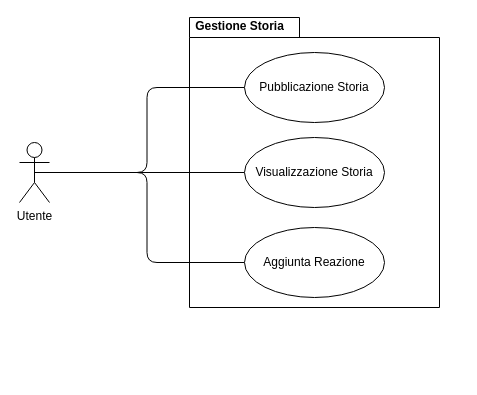
Above: page "Gestione Storia" (1 of 4) of DiagrammiUseCaseModel.drawio in EmmanuelEngineer/E.M.A.A. (draw.io), before the change. Source tidied: cells renumbered, new cells numbered last; positions are measured from the earlier drawing's top-left corner, leaving out a move shared by most shapes. Both pictures are drawn from the tidied source at 100%, with x=0, y=0 at pixel (19, 17).
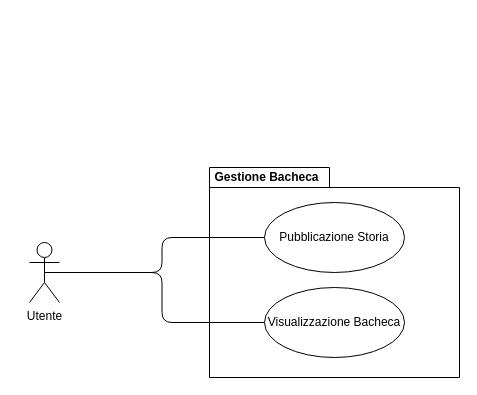
The same page after the edit.

Change to the diagram source:
```diff
@@
 <mxGraphModel>
   <root>
     <mxCell id="0" />
     <mxCell id="1" parent="0" />
-    <mxCell id="2" value="Gestione Storia" style="shape=folder;fontStyle=1;spacingTop=36;tabWidth=110;tabHeight=20;tabPosition=left;html=1;movableLabel=1;spacing=0;" parent="1" vertex="1">
-      <mxGeometry x="170" width="250" height="290" as="geometry">
-        <mxPoint x="-75" y="-154" as="offset" />
-      </mxGeometry>
-    </mxCell>
-    <mxCell id="3" style="edgeStyle=orthogonalEdgeStyle;rounded=1;jettySize=auto;html=1;exitX=0.5;exitY=0.5;exitDx=0;exitDy=0;exitPerimeter=0;entryX=0;entryY=0.5;entryDx=0;entryDy=0;endArrow=none;endFill=0;" parent="1" edge="1" source="6" target="8">
-      <mxGeometry relative="1" as="geometry" />
-    </mxCell>
-    <mxCell id="4" style="edgeStyle=orthogonalEdgeStyle;rounded=1;jettySize=auto;html=1;exitX=0.5;exitY=0.5;exitDx=0;exitDy=0;exitPerimeter=0;entryX=0;entryY=0.5;entryDx=0;entryDy=0;endArrow=none;endFill=0;" parent="1" edge="1" source="6" target="7">
-      <mxGeometry relative="1" as="geometry" />
-    </mxCell>
-    <mxCell id="5" style="edgeStyle=orthogonalEdgeStyle;rounded=1;jettySize=auto;html=1;exitX=0.5;exitY=0.5;exitDx=0;exitDy=0;exitPerimeter=0;entryX=0;entryY=0.5;entryDx=0;entryDy=0;endArrow=none;endFill=0;" parent="1" edge="1" source="6" target="9">
-      <mxGeometry relative="1" as="geometry" />
-    </mxCell>
+    <mxCell id="10" value="Gestione Bacheca" style="shape=folder;fontStyle=1;spacingTop=0;tabWidth=120;tabHeight=20;tabPosition=left;html=1;movableLabel=1;spacing=0;" parent="1" vertex="1">
+      <mxGeometry x="190" y="150" width="250" height="210" as="geometry">
+        <mxPoint x="-68" y="-95" as="offset" />
+      </mxGeometry>
+    </mxCell>
     <mxCell id="6" value="Utente&lt;br&gt;" style="shape=umlActor;verticalLabelPosition=bottom;verticalAlign=top;html=1;outlineConnect=0;" parent="1" vertex="1">
-      <mxGeometry y="125" width="30" height="60" as="geometry" />
+      <mxGeometry x="10" y="225" width="30" height="60" as="geometry" />
     </mxCell>
-    <mxCell id="7" value="Visualizzazione Storia" style="ellipse;whiteSpace=wrap;html=1;" parent="1" vertex="1">
-      <mxGeometry x="225" y="120" width="140" height="70" as="geometry" />
-    </mxCell>
+    <mxCell id="11" style="edgeStyle=orthogonalEdgeStyle;rounded=1;jettySize=auto;html=1;exitX=0;exitY=0.5;exitDx=0;exitDy=0;entryX=0.5;entryY=0.5;entryDx=0;entryDy=0;entryPerimeter=0;endArrow=none;endFill=0;" parent="1" edge="1" source="12" target="6">
+      <mxGeometry relative="1" as="geometry" />
+    </mxCell>
+    <mxCell id="12" value="Visualizzazione Bacheca" style="ellipse;whiteSpace=wrap;html=1;" parent="1" vertex="1">
+      <mxGeometry x="245" y="270" width="140" height="70" as="geometry" />
+    </mxCell>
+    <mxCell id="13" style="edgeStyle=orthogonalEdgeStyle;rounded=1;jettySize=auto;html=1;exitX=0;exitY=0.5;exitDx=0;exitDy=0;entryX=0.5;entryY=0.5;entryDx=0;entryDy=0;entryPerimeter=0;endArrow=none;endFill=0;" parent="1" edge="1" source="8" target="6">
+      <mxGeometry relative="1" as="geometry" />
+    </mxCell>
     <mxCell id="8" value="Pubblicazione Storia" style="ellipse;whiteSpace=wrap;html=1;" parent="1" vertex="1">
-      <mxGeometry x="225" y="35" width="140" height="70" as="geometry" />
+      <mxGeometry x="245" y="185" width="140" height="70" as="geometry" />
     </mxCell>
-    <mxCell id="9" value="Aggiunta Reazione" style="ellipse;whiteSpace=wrap;html=1;" parent="1" vertex="1">
-      <mxGeometry x="225" y="210" width="140" height="70" as="geometry" />
-    </mxCell>
   </root>
 </mxGraphModel>
```
